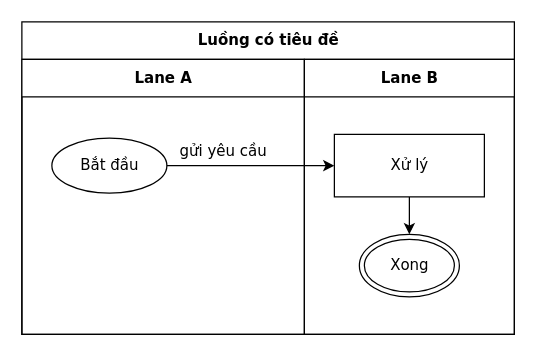
The draw.io diagram conformance/golden/cases/csv-06-title-and-notes.drawio in luytbq/flowcast, before the edit. Source tidied: cells renumbered, new cells numbered last; positions are measured from the earlier drawing's top-left corner, leaving out a move shared by most shapes. Both pictures are drawn from the tidied source at 125%, with x=0, y=0 at pixel (21, 21).
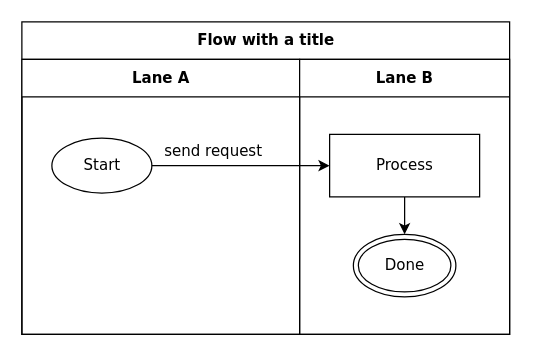
Above is the later version.

Change to the diagram source:
```diff
@@
 <mxGraphModel>
   <root>
     <mxCell id="0" />
     <mxCell id="1" parent="0" />
-    <mxCell id="2" value="Luồng có tiêu đề" style="swimlane;html=1;startSize=30;fontStyle=1;fontFamily=Verdana;fontSize=12;flowtable=1;" parent="1" vertex="1">
-      <mxGeometry width="394" height="250" as="geometry" />
+    <mxCell id="2" value="Flow with a title" style="swimlane;html=1;startSize=30;fontStyle=1;fontFamily=Verdana;fontSize=12;flowtable=1;" parent="1" vertex="1">
+      <mxGeometry width="390.2" height="250" as="geometry" />
     </mxCell>
     <mxCell id="3" value="Lane A" style="swimlane;html=1;startSize=30;fontFamily=Verdana;fontSize=12;flowtable=1;" parent="2" vertex="1">
-      <mxGeometry y="30" width="226" height="220" as="geometry" />
+      <mxGeometry y="30" width="222.2" height="220" as="geometry" />
     </mxCell>
     <mxCell id="4" value="Lane B" style="swimlane;html=1;startSize=30;fontFamily=Verdana;fontSize=12;flowtable=1;" parent="2" vertex="1">
-      <mxGeometry x="226" y="30" width="168" height="220" as="geometry" />
+      <mxGeometry x="222.2" y="30" width="168" height="220" as="geometry" />
     </mxCell>
-    <mxCell id="5" value="Bắt đầu" style="ellipse;html=1;fontFamily=Verdana;fontSize=12;flowtable=1;" parent="3" vertex="1">
-      <mxGeometry x="24" y="63" width="92" height="44" as="geometry" />
+    <mxCell id="5" value="Start" style="ellipse;html=1;fontFamily=Verdana;fontSize=12;flowtable=1;" parent="3" vertex="1">
+      <mxGeometry x="24" y="63" width="80" height="44" as="geometry" />
     </mxCell>
-    <mxCell id="6" value="Xử lý" style="rounded=0;html=1;fontFamily=Verdana;fontSize=12;flowtable=1;" parent="4" vertex="1">
+    <mxCell id="6" value="Process" style="rounded=0;html=1;fontFamily=Verdana;fontSize=12;flowtable=1;" parent="4" vertex="1">
       <mxGeometry x="24" y="60" width="120" height="50" as="geometry" />
     </mxCell>
-    <mxCell id="7" value="Xong" style="shape=doubleEllipse;html=1;fontFamily=Verdana;fontSize=12;flowtable=1;" parent="4" vertex="1">
-      <mxGeometry x="44" y="140" width="80" height="50" as="geometry" />
+    <mxCell id="7" value="Done" style="shape=doubleEllipse;html=1;fontFamily=Verdana;fontSize=12;flowtable=1;" parent="4" vertex="1">
+      <mxGeometry x="43" y="140" width="82" height="50" as="geometry" />
     </mxCell>
-    <mxCell id="8" value="gửi yêu cầu" style="edgeStyle=orthogonalEdgeStyle;rounded=0;jettySize=auto;html=1;labelBackgroundColor=default;exitX=1;exitY=0.5;exitDx=0;exitDy=0;entryX=0;entryY=0.5;entryDx=0;entryDy=0;fontFamily=Verdana;fontSize=12;flowtable=1;" parent="2" edge="1" source="5" target="6">
-      <mxGeometry x="-0.33" relative="1" as="geometry">
+    <mxCell id="8" value="send request" style="edgeStyle=orthogonalEdgeStyle;rounded=0;jettySize=auto;html=1;labelBackgroundColor=default;exitX=1;exitY=0.5;exitDx=0;exitDy=0;entryX=0;entryY=0.5;entryDx=0;entryDy=0;fontFamily=Verdana;fontSize=12;flowtable=1;" parent="2" edge="1" source="5" target="6">
+      <mxGeometry x="-0.31" relative="1" as="geometry">
         <mxPoint y="-11.5" as="offset" />
       </mxGeometry>
     </mxCell>
     <mxCell id="9" style="edgeStyle=orthogonalEdgeStyle;rounded=0;jettySize=auto;html=1;labelBackgroundColor=default;exitX=0.5;exitY=1;exitDx=0;exitDy=0;entryX=0.5;entryY=0;entryDx=0;entryDy=0;fontFamily=Verdana;fontSize=12;flowtable=1;" parent="2" edge="1" source="6" target="7">
       <mxGeometry relative="1" as="geometry" />
     </mxCell>
   </root>
 </mxGraphModel>
```
